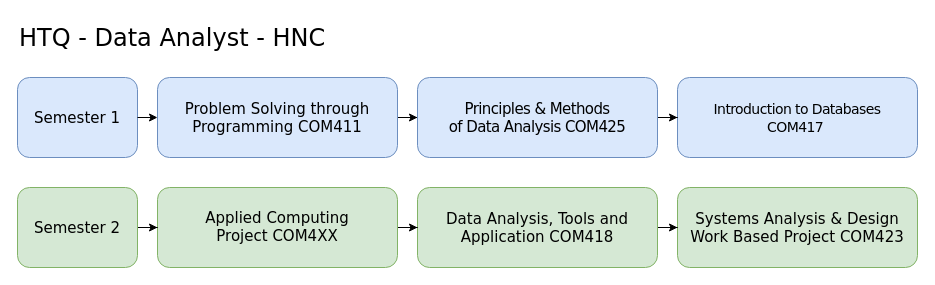
martinsolent/solent_diagrams keeps this draw.io diagram as page "HTQ-Data" (1 of 3) of HTQ.drawio. Above is the earlier version. Source tidied: cells renumbered, new cells numbered last; positions are measured from the earlier drawing's top-left corner, leaving out a move shared by most shapes. Both pictures are drawn from the tidied source at 100%, with x=0, y=0 at pixel (17, 17).
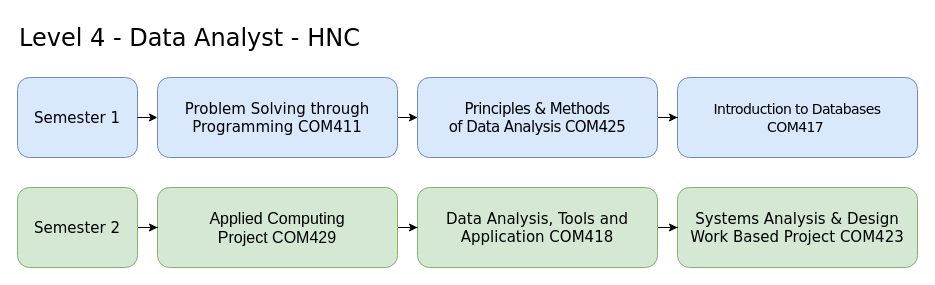
The same diagram, later.

The edit, as a diff of the source:
```diff
@@
 <mxGraphModel>
   <root>
     <mxCell id="0" />
     <mxCell id="1" parent="0" />
     <mxCell id="2" style="edgeStyle=orthogonalEdgeStyle;rounded=0;jettySize=auto;html=1;" parent="1" edge="1" source="3" target="11">
       <mxGeometry relative="1" as="geometry" />
     </mxCell>
     <mxCell id="3" value="&lt;font face=&quot;Verdana&quot;&gt;Problem Solving through Programming COM411&lt;/font&gt;" style="rounded=1;whiteSpace=wrap;html=1;fontSize=15;labelBackgroundColor=none;fillColor=#dae8fc;strokeColor=#6c8ebf;" parent="1" vertex="1">
       <mxGeometry x="140" y="60" width="240" height="80" as="geometry" />
     </mxCell>
     <mxCell id="4" value="&lt;div style=&quot;&quot;&gt;&lt;span style=&quot;font-family: Verdana;&quot;&gt;Systems Analysis &amp;amp; Design Work Based Project COM423&lt;/span&gt;&lt;br&gt;&lt;/div&gt;" style="rounded=1;whiteSpace=wrap;html=1;fontSize=15;align=center;fillColor=#d5e8d4;strokeColor=#82b366;" parent="1" vertex="1">
       <mxGeometry x="660" y="170" width="240" height="80" as="geometry" />
     </mxCell>
     <mxCell id="5" style="edgeStyle=orthogonalEdgeStyle;rounded=0;jettySize=auto;html=1;" parent="1" edge="1" source="6" target="4">
       <mxGeometry relative="1" as="geometry" />
     </mxCell>
     <mxCell id="6" value="&lt;font face=&quot;Verdana&quot;&gt;Data Analysis, Tools and Application COM418&lt;/font&gt;" style="rounded=1;whiteSpace=wrap;html=1;fontSize=15;fillColor=#d5e8d4;strokeColor=#82b366;" parent="1" vertex="1">
       <mxGeometry x="400" y="170" width="240" height="80" as="geometry" />
     </mxCell>
     <mxCell id="7" style="edgeStyle=orthogonalEdgeStyle;rounded=0;jettySize=auto;html=1;" parent="1" edge="1" source="8" target="6">
       <mxGeometry relative="1" as="geometry" />
     </mxCell>
     <mxCell id="8" style="rounded=1;whiteSpace=wrap;html=1;fontSize=15;fillColor=#d5e8d4;strokeColor=#82b366;" parent="1" vertex="1">
       <mxGeometry x="140" y="170" width="240" height="80" as="geometry" />
     </mxCell>
     <mxCell id="9" value="&lt;div style=&quot;line-height: 1.2;&quot;&gt;&lt;font face=&quot;Verdana&quot;&gt;&lt;span style=&quot;font-size: 14px; letter-spacing: -0.6px;&quot;&gt;Introduction to Databases&lt;br&gt;&lt;/span&gt;&lt;span style=&quot;font-size: 14px; letter-spacing: -0.6px;&quot;&gt;COM417&amp;nbsp;&lt;/span&gt;&lt;/font&gt;&lt;br&gt;&lt;/div&gt;" style="rounded=1;whiteSpace=wrap;html=1;fontSize=15;align=center;fillColor=#dae8fc;strokeColor=#6c8ebf;" parent="1" vertex="1">
       <mxGeometry x="660" y="60" width="240" height="80" as="geometry" />
     </mxCell>
     <mxCell id="10" style="edgeStyle=orthogonalEdgeStyle;rounded=0;jettySize=auto;html=1;" parent="1" edge="1" source="11" target="9">
       <mxGeometry relative="1" as="geometry" />
     </mxCell>
     <mxCell id="11" value="&lt;div style=&quot;&quot;&gt;&lt;span style=&quot;background-color: initial; letter-spacing: -0.6px;&quot;&gt;&lt;font style=&quot;font-size: 15px;&quot; face=&quot;Verdana&quot;&gt;Principles &amp;amp; Methods&lt;br&gt;of Data Analysis COM425&lt;/font&gt;&lt;/span&gt;&lt;/div&gt;" style="rounded=1;whiteSpace=wrap;html=1;fontSize=15;align=center;fillColor=#dae8fc;strokeColor=#6c8ebf;" parent="1" vertex="1">
       <mxGeometry x="400" y="60" width="240" height="80" as="geometry" />
     </mxCell>
-    <mxCell id="12" value="HTQ - Data Analyst - HNC" style="text;whiteSpace=wrap;html=1;fontSize=24;fontFamily=Verdana;fontColor=#000000;" parent="1" vertex="1">
+    <mxCell id="12" value="Level 4 - Data Analyst - HNC" style="text;whiteSpace=wrap;html=1;fontSize=24;fontFamily=Verdana;fontColor=#000000;" parent="1" vertex="1">
       <mxGeometry width="830" height="30" as="geometry" />
     </mxCell>
     <mxCell id="13" value="&lt;font face=&quot;Verdana&quot;&gt;Semester 1&lt;/font&gt;" style="rounded=1;whiteSpace=wrap;html=1;fontSize=15;labelBackgroundColor=none;fillColor=#dae8fc;strokeColor=#6c8ebf;" parent="1" vertex="1">
       <mxGeometry y="60" width="120" height="80" as="geometry" />
     </mxCell>
     <mxCell id="14" style="edgeStyle=orthogonalEdgeStyle;rounded=0;jettySize=auto;html=1;" parent="1" edge="1" source="15" target="8">
       <mxGeometry relative="1" as="geometry" />
     </mxCell>
     <mxCell id="15" value="&lt;font face=&quot;Verdana&quot;&gt;Semester 2&lt;/font&gt;" style="rounded=1;whiteSpace=wrap;html=1;fontSize=15;labelBackgroundColor=none;fillColor=#d5e8d4;strokeColor=#82b366;" parent="1" vertex="1">
       <mxGeometry y="170" width="120" height="80" as="geometry" />
     </mxCell>
     <mxCell id="16" style="endArrow=classic;html=1;rounded=0;" parent="1" edge="1" target="3">
       <mxGeometry relative="1" as="geometry">
         <mxPoint x="120" y="100" as="sourcePoint" />
       </mxGeometry>
     </mxCell>
-    <mxCell id="17" value="&lt;span style=&quot;color: rgb(0, 0, 0); font-family: Verdana; font-size: 15px; font-style: normal; font-variant-ligatures: normal; font-variant-caps: normal; font-weight: 400; letter-spacing: normal; orphans: 2; text-indent: 0px; text-transform: none; widows: 2; word-spacing: 0px; -webkit-text-stroke-width: 0px; text-decoration-thickness: initial; text-decoration-style: initial; text-decoration-color: initial; float: none; display: inline !important;&quot;&gt;Applied Computing Project COM4XX&lt;/span&gt;" style="text;whiteSpace=wrap;html=1;align=center;" parent="1" vertex="1">
+    <mxCell id="17" value="&lt;font style=&quot;font-size: 16px;&quot;&gt;Applied Computing Project COM429&lt;/font&gt;" style="text;whiteSpace=wrap;html=1;align=center;" parent="1" vertex="1">
       <mxGeometry x="165" y="185" width="190" height="50" as="geometry" />
     </mxCell>
   </root>
 </mxGraphModel>
```
